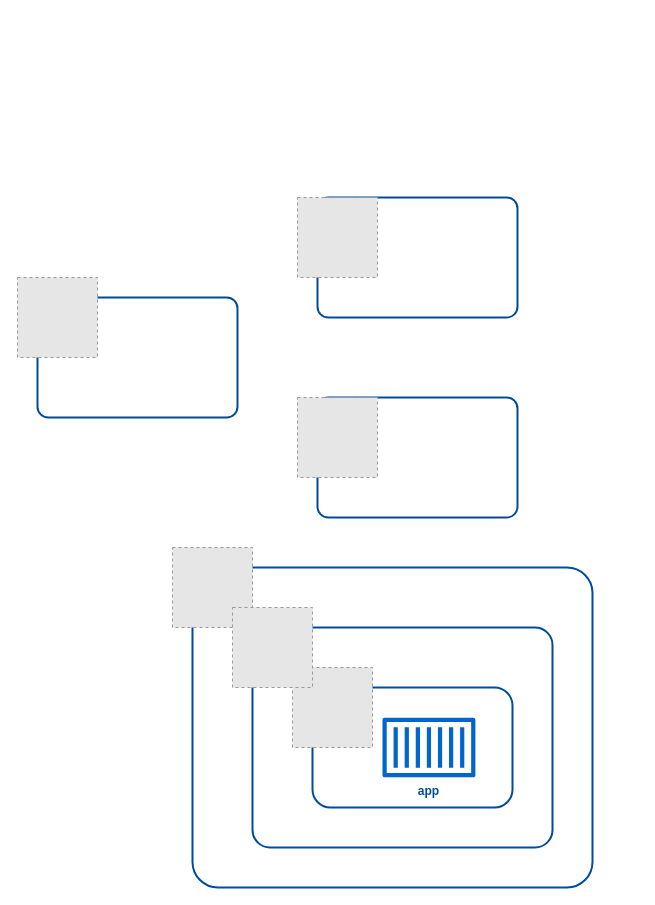
Before: page "第 3 页" (3 of 4) of st/k8s.drawio in gaivin/drawio, a draw.io diagram. Source tidied: cells renumbered, new cells numbered last; positions are measured from the earlier drawing's top-left corner, leaving out a move shared by most shapes. Both pictures are drawn from the tidied source at 100%, with x=0, y=0 at pixel (17, 197). Pictures stored in the file or linked from it are replaced by grey dashed boxes.
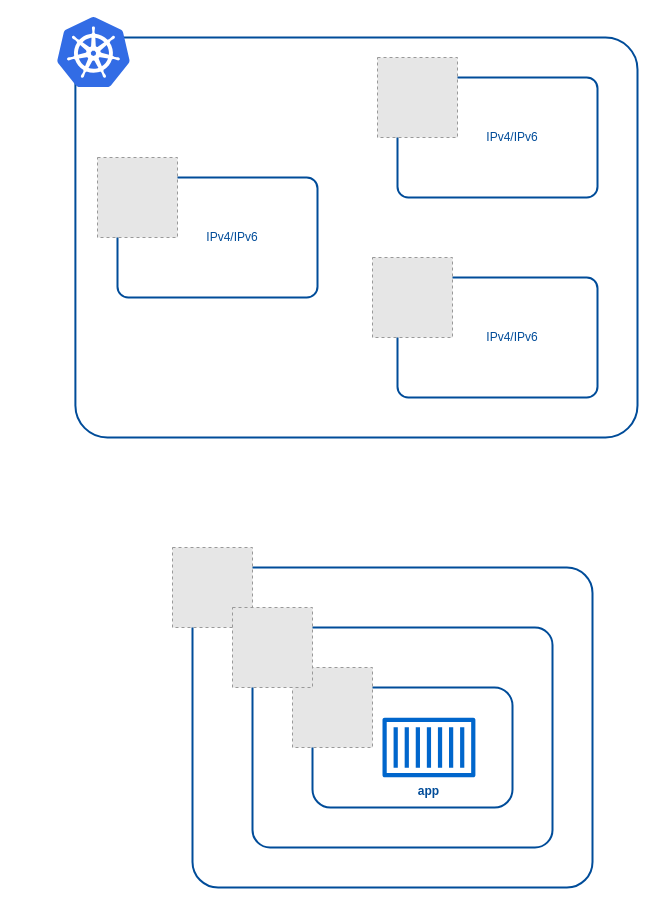
The same page after the edit.

What changed in the source:
```diff
@@
 <mxGraphModel>
   <root>
     <mxCell id="0" />
     <mxCell id="1" parent="0" />
+    <mxCell id="15" style="rounded=1;whiteSpace=wrap;html=1;fillStyle=auto;strokeWidth=2;fillColor=none;arcSize=8;strokeColor=#004C99;" parent="1" vertex="1">
+      <mxGeometry x="57.9" y="-160" width="562.1" height="400" as="geometry" />
+    </mxCell>
-    <mxCell id="2" style="rounded=1;whiteSpace=wrap;html=1;fillStyle=auto;strokeColor=#004C99;strokeWidth=2;fontColor=#004C99;fillColor=none;arcSize=9;" parent="1" vertex="1">
-      <mxGeometry x="300" width="200" height="120" as="geometry" />
+    <mxCell id="2" value="&amp;nbsp; &amp;nbsp; &amp;nbsp; &amp;nbsp; &amp;nbsp;IPv4/IPv6" style="rounded=1;whiteSpace=wrap;html=1;fillStyle=auto;strokeColor=#004C99;strokeWidth=2;fontColor=#004C99;fillColor=none;arcSize=9;" parent="1" vertex="1">
+      <mxGeometry x="380" y="-120" width="200" height="120" as="geometry" />
     </mxCell>
     <mxCell id="3" style="fillColor=#E6E6E6;strokeColor=#999999;dashed=1;verticalLabelPosition=bottom;verticalAlign=top;fontColor=#004C99;" parent="1" vertex="1">
-      <mxGeometry x="280" width="80" height="80" as="geometry" />
+      <mxGeometry x="360" y="-140" width="80" height="80" as="geometry" />
     </mxCell>
-    <mxCell id="4" style="rounded=1;whiteSpace=wrap;html=1;fillStyle=auto;strokeColor=#004C99;strokeWidth=2;fontColor=#004C99;fillColor=none;arcSize=9;" parent="1" vertex="1">
-      <mxGeometry x="300" y="200" width="200" height="120" as="geometry" />
+    <mxCell id="4" value="&amp;nbsp; &amp;nbsp; &amp;nbsp; &amp;nbsp; &amp;nbsp;IPv4/IPv6" style="rounded=1;whiteSpace=wrap;html=1;fillStyle=auto;strokeColor=#004C99;strokeWidth=2;fontColor=#004C99;fillColor=none;arcSize=9;" parent="1" vertex="1">
+      <mxGeometry x="380" y="80" width="200" height="120" as="geometry" />
     </mxCell>
     <mxCell id="5" style="fillColor=#E6E6E6;strokeColor=#999999;dashed=1;verticalLabelPosition=bottom;verticalAlign=top;fontColor=#004C99;" parent="1" vertex="1">
-      <mxGeometry x="280" y="200" width="80" height="80" as="geometry" />
+      <mxGeometry x="355" y="60" width="80" height="80" as="geometry" />
     </mxCell>
-    <mxCell id="6" style="rounded=1;whiteSpace=wrap;html=1;fillStyle=auto;strokeColor=#004C99;strokeWidth=2;fontColor=#004C99;fillColor=none;arcSize=9;" parent="1" vertex="1">
-      <mxGeometry x="20" y="100" width="200" height="120" as="geometry" />
+    <mxCell id="6" value="&amp;nbsp; &amp;nbsp; &amp;nbsp; &amp;nbsp; &amp;nbsp;IPv4/IPv6" style="rounded=1;whiteSpace=wrap;html=1;fillStyle=auto;strokeColor=#004C99;strokeWidth=2;fontColor=#004C99;fillColor=none;arcSize=9;" parent="1" vertex="1">
+      <mxGeometry x="100" y="-20" width="200" height="120" as="geometry" />
     </mxCell>
     <mxCell id="7" style="fillColor=#E6E6E6;strokeColor=#999999;dashed=1;verticalLabelPosition=bottom;verticalAlign=top;fontColor=#004C99;" parent="1" vertex="1">
-      <mxGeometry y="80" width="80" height="80" as="geometry" />
+      <mxGeometry x="80" y="-40" width="80" height="80" as="geometry" />
     </mxCell>
     <mxCell id="8" style="rounded=1;whiteSpace=wrap;html=1;fillStyle=auto;strokeWidth=2;fillColor=none;arcSize=8;strokeColor=#004C99;" parent="1" vertex="1">
       <mxGeometry x="175" y="370" width="400" height="320" as="geometry" />
     </mxCell>
     <mxCell id="9" style="rounded=1;whiteSpace=wrap;html=1;fillStyle=auto;strokeWidth=2;fillColor=none;arcSize=8;strokeColor=#004C99;" parent="1" vertex="1">
       <mxGeometry x="235" y="430" width="300" height="220" as="geometry" />
     </mxCell>
     <mxCell id="10" style="rounded=1;whiteSpace=wrap;html=1;fontFamily=Helvetica;fontSize=12;fontColor=default;align=center;strokeColor=#004C99;fillColor=default;strokeWidth=2;fillStyle=solid;" parent="1" vertex="1">
       <mxGeometry x="295" y="490" width="200" height="120" as="geometry" />
     </mxCell>
     <mxCell id="11" style="fillColor=#E6E6E6;strokeColor=#999999;dashed=1;verticalLabelPosition=bottom;verticalAlign=top;" parent="1" vertex="1">
       <mxGeometry x="275" y="470" width="80" height="80" as="geometry" />
     </mxCell>
     <mxCell id="12" value="&lt;font color=&quot;#004c99&quot;&gt;&lt;b&gt;app&lt;/b&gt;&lt;/font&gt;" style="sketch=0;fontColor=#ffffff;fillColor=#0066CC;strokeColor=#006EAF;dashed=0;verticalLabelPosition=bottom;verticalAlign=top;align=center;html=1;fontSize=12;fontStyle=0;shape=mxgraph.aws4.container_1;fillStyle=solid;strokeWidth=2;" parent="1" vertex="1">
       <mxGeometry x="365" y="520" width="92.9" height="60" as="geometry" />
     </mxCell>
     <mxCell id="13" style="fillColor=#E6E6E6;strokeColor=#999999;dashed=1;verticalLabelPosition=bottom;verticalAlign=top;fontColor=#004C99;" parent="1" vertex="1">
       <mxGeometry x="155" y="350" width="80" height="80" as="geometry" />
     </mxCell>
     <mxCell id="14" style="fillColor=#E6E6E6;strokeColor=#999999;dashed=1;verticalLabelPosition=bottom;verticalAlign=top;fontColor=#004C99;" parent="1" vertex="1">
       <mxGeometry x="215" y="410" width="80" height="80" as="geometry" />
     </mxCell>
+    <mxCell id="16" style="sketch=0;html=1;align=center;image;fontSize=12;image=img/lib/mscae/Kubernetes.svg;" parent="1" vertex="1">
+      <mxGeometry x="40" y="-180" width="72.9" height="70" as="geometry" />
+    </mxCell>
   </root>
 </mxGraphModel>
```
